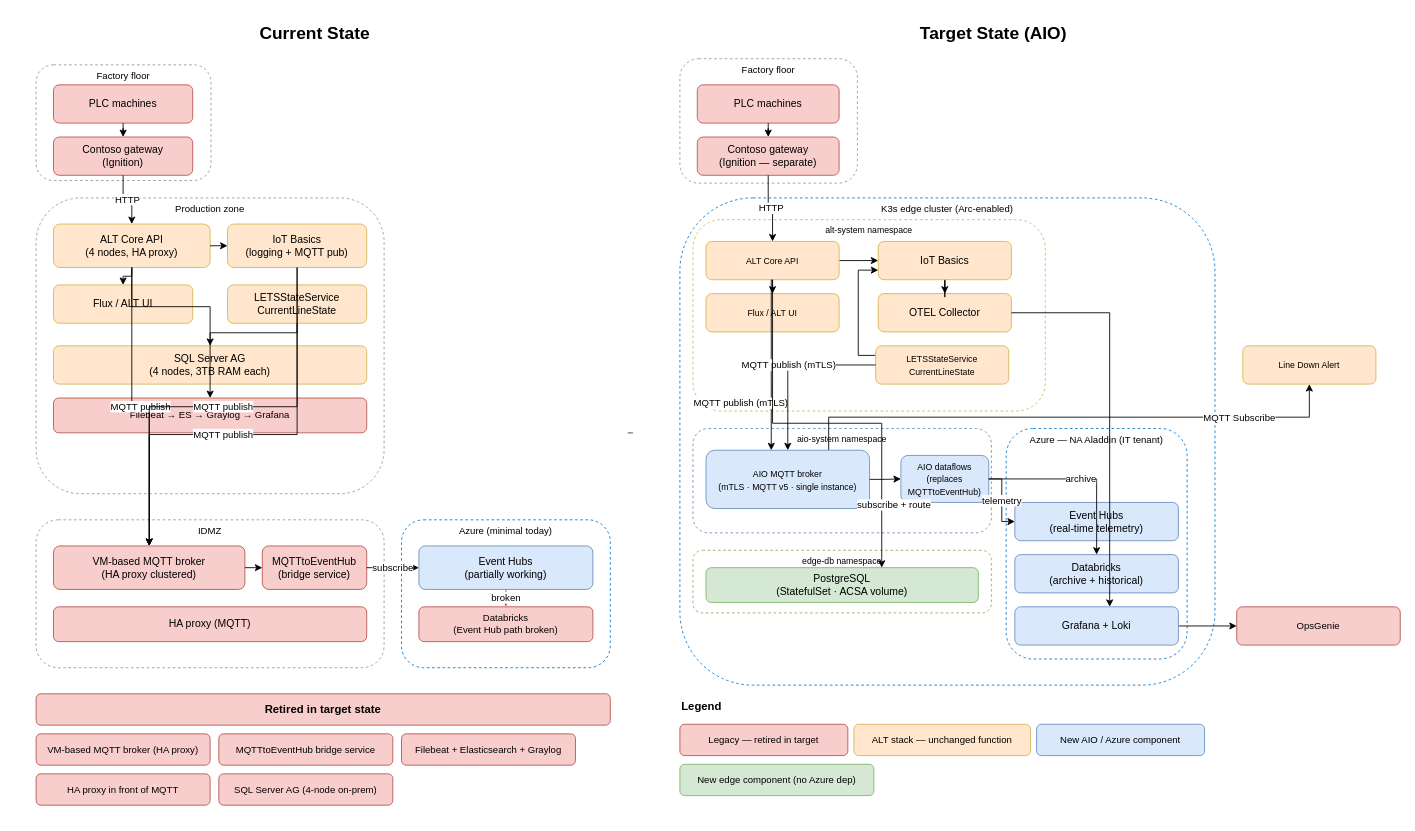
The draw.io diagram page "MQTT" (3 of 5) of aio/AIO.drawio in avinashr-insight/manufacturing-iot, before the edit. Source tidied: cells renumbered, new cells numbered last; positions are measured from the earlier drawing's top-left corner, leaving out a move shared by most shapes. Both pictures are drawn from the tidied source at 87%, with x=0, y=0 at pixel (36, 15).
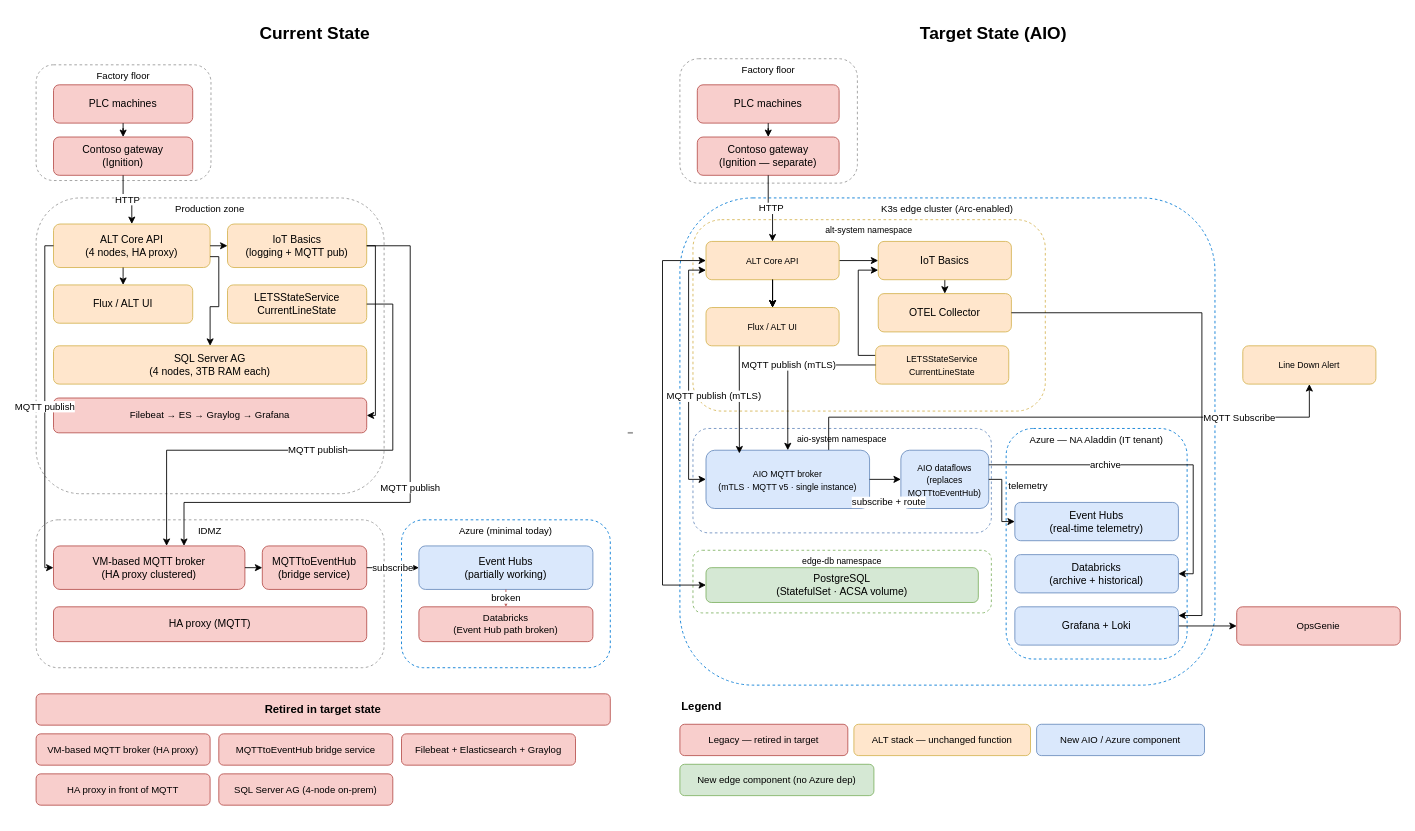
The same diagram, later.

Commit message:
Arrow cleanup

The change refers to these unchanged cells:
```xml
<mxCell id="9" value="ALT Core API&#10;(4 nodes, HA proxy)" style="rounded=1;whiteSpace=wrap;html=1;fillColor=#ffe6cc;strokeColor=#d6b656;fontSize=12;fontColor=#000000;" parent="1" vertex="1">
  <mxGeometry x="20" y="240" width="180" height="50" as="geometry" />
</mxCell>
<mxCell id="10" value="IoT Basics&#10;(logging + MQTT pub)" style="rounded=1;whiteSpace=wrap;html=1;fillColor=#ffe6cc;strokeColor=#d6b656;fontSize=12;fontColor=#000000;" parent="1" vertex="1">
  <mxGeometry x="220" y="240" width="160" height="50" as="geometry" />
</mxCell>
<mxCell id="11" value="Flux / ALT UI" style="rounded=1;whiteSpace=wrap;html=1;fillColor=#ffe6cc;strokeColor=#d6b656;fontSize=12;fontColor=#000000;" parent="1" vertex="1">
  <mxGeometry x="20" y="310" width="160" height="44" as="geometry" />
</mxCell>
<mxCell id="12" value="LETSStateService&#10;CurrentLineState" style="rounded=1;whiteSpace=wrap;html=1;fillColor=#ffe6cc;strokeColor=#d6b656;fontSize=12;fontColor=#000000;" parent="1" vertex="1">
  <mxGeometry x="220" y="310" width="160" height="44" as="geometry" />
</mxCell>
<mxCell id="13" value="SQL Server AG&#10;(4 nodes, 3TB RAM each)" style="rounded=1;whiteSpace=wrap;html=1;fillColor=#ffe6cc;strokeColor=#d6b656;fontSize=12;fontColor=#000000;" parent="1" vertex="1">
  <mxGeometry x="20" y="380" width="360" height="44" as="geometry" />
</mxCell>
<mxCell id="14" value="Filebeat → ES → Graylog → Grafana" style="rounded=1;whiteSpace=wrap;html=1;fillColor=#f8cecc;strokeColor=#b85450;fontSize=11;fontColor=#000000;" parent="1" vertex="1">
  <mxGeometry x="20" y="440" width="360" height="40" as="geometry" />
</mxCell>
<mxCell id="16" value="&lt;font style=&quot;font-weight: normal; font-size: 12px;&quot;&gt;VM-based MQTT broker&lt;br&gt;(HA proxy clustered)&lt;/font&gt;" style="rounded=1;whiteSpace=wrap;html=1;fillColor=#f8cecc;strokeColor=#b85450;fontSize=12;fontStyle=1;fontColor=#000000;" parent="1" vertex="1">
  <mxGeometry x="20" y="610" width="220" height="50" as="geometry" />
</mxCell>
<mxCell id="40" value="&lt;font style=&quot;font-size: 10px;&quot;&gt;ALT Core API&lt;/font&gt;" style="rounded=1;whiteSpace=wrap;html=1;fillColor=#ffe6cc;strokeColor=#d6b656;fontSize=12;fontColor=#000000;" parent="1" vertex="1">
  <mxGeometry x="770" y="260" width="153" height="44" as="geometry" />
</mxCell>
<mxCell id="44" value="OTEL Collector" style="rounded=1;whiteSpace=wrap;html=1;fillColor=#ffe6cc;strokeColor=#d6b656;fontSize=12;fontColor=#000000;" parent="1" vertex="1">
  <mxGeometry x="968" y="320" width="153" height="44" as="geometry" />
</mxCell>
<mxCell id="48" value="&lt;span style=&quot;font-weight: normal;&quot;&gt;&lt;font style=&quot;font-size: 10px;&quot;&gt;AIO MQTT broker&lt;br&gt;(mTLS · MQTT v5 · single instance)&lt;/font&gt;&lt;/span&gt;" style="rounded=1;whiteSpace=wrap;html=1;fillColor=#dae8fc;strokeColor=#6c8ebf;fontSize=12;fontStyle=1;fontColor=#000000;" parent="1" vertex="1">
  <mxGeometry x="770" y="500" width="188" height="67" as="geometry" />
</mxCell>
<mxCell id="51" value="PostgreSQL&lt;br&gt;(StatefulSet · ACSA volume)" style="rounded=1;whiteSpace=wrap;html=1;fillColor=#d5e8d4;strokeColor=#82b366;fontSize=12;fontColor=#000000;" parent="1" vertex="1">
  <mxGeometry x="770" y="635" width="313" height="40" as="geometry" />
</mxCell>
<mxCell id="53" value="Event Hubs&#10;(real-time telemetry)" style="rounded=1;whiteSpace=wrap;html=1;fillColor=#dae8fc;strokeColor=#6c8ebf;fontSize=12;fontColor=#000000;" parent="1" vertex="1">
  <mxGeometry x="1125" y="560" width="188" height="44" as="geometry" />
</mxCell>
<mxCell id="54" value="Databricks&lt;br&gt;(archive + historical)" style="rounded=1;whiteSpace=wrap;html=1;fillColor=#dae8fc;strokeColor=#6c8ebf;fontSize=12;fontColor=#000000;" parent="1" vertex="1">
  <mxGeometry x="1125" y="620" width="188" height="44" as="geometry" />
</mxCell>
<mxCell id="56" value="Grafana + Loki" style="rounded=1;whiteSpace=wrap;html=1;fillColor=#dae8fc;strokeColor=#6c8ebf;fontSize=12;fontColor=#000000;" parent="1" vertex="1">
  <mxGeometry x="1125" y="680" width="188" height="44" as="geometry" />
</mxCell>
<mxCell id="80" value="IoT Basics" style="rounded=1;whiteSpace=wrap;html=1;fillColor=#ffe6cc;strokeColor=#d6b656;fontSize=12;fontColor=#000000;" parent="1" vertex="1">
  <mxGeometry x="968" y="260" width="153" height="44" as="geometry" />
</mxCell>
```

Change to the diagram source:
```diff
@@
+    <mxCell id="37" value="K3s edge cluster (Arc-enabled)" style="rounded=1;whiteSpace=wrap;html=1;fillColor=none;strokeColor=#0078d4;dashed=1;fontSize=11;verticalAlign=top;strokeWidth=1;fontColor=#000000;" parent="1" vertex="1">
+      <mxGeometry x="740" y="210" width="615" height="560" as="geometry" />
+    </mxCell>
@@
     <mxCell id="25" style="edgeStyle=orthogonalEdgeStyle;rounded=0;html=1;fontColor=#000000;" parent="1" edge="1" source="9" target="11">
-      <mxGeometry relative="1" as="geometry" />
+      <mxGeometry relative="1" as="geometry">
+        <Array as="points">
+          <mxPoint x="100" y="300" />
+          <mxPoint x="100" y="300" />
+        </Array>
+      </mxGeometry>
     </mxCell>
-    <mxCell id="26" style="edgeStyle=orthogonalEdgeStyle;rounded=0;html=1;fontColor=#000000;" parent="1" edge="1" source="9" target="13">
+    <mxCell id="26" style="edgeStyle=orthogonalEdgeStyle;rounded=0;html=1;fontColor=#000000;exitX=1;exitY=0.75;exitDx=0;exitDy=0;" parent="1" edge="1" source="9" target="13">
       <mxGeometry relative="1" as="geometry" />
     </mxCell>
     <mxCell id="27" style="edgeStyle=orthogonalEdgeStyle;rounded=0;html=1;fontColor=#000000;" parent="1" edge="1" source="10" target="14">
-      <mxGeometry relative="1" as="geometry" />
+      <mxGeometry relative="1" as="geometry">
+        <Array as="points">
+          <mxPoint x="390" y="265" />
+          <mxPoint x="390" y="460" />
+        </Array>
+      </mxGeometry>
     </mxCell>
     <mxCell id="28" value="MQTT publish" style="edgeStyle=orthogonalEdgeStyle;rounded=0;html=1;fontColor=#000000;" parent="1" edge="1" source="9" target="16">
-      <mxGeometry relative="1" as="geometry" />
+      <mxGeometry relative="1" as="geometry">
+        <Array as="points">
+          <mxPoint x="10" y="265" />
+          <mxPoint x="10" y="635" />
+        </Array>
+      </mxGeometry>
     </mxCell>
     <mxCell id="29" value="MQTT publish" style="edgeStyle=orthogonalEdgeStyle;rounded=0;html=1;fontColor=#000000;" parent="1" edge="1" source="10" target="16">
-      <mxGeometry relative="1" as="geometry" />
+      <mxGeometry relative="1" as="geometry">
+        <Array as="points">
+          <mxPoint x="430" y="265" />
+          <mxPoint x="430" y="560" />
+          <mxPoint x="170" y="560" />
+        </Array>
+      </mxGeometry>
     </mxCell>
     <mxCell id="30" value="MQTT publish" style="edgeStyle=orthogonalEdgeStyle;rounded=0;html=1;fontColor=#000000;" parent="1" edge="1" source="12" target="16">
-      <mxGeometry relative="1" as="geometry" />
+      <mxGeometry relative="1" as="geometry">
+        <Array as="points">
+          <mxPoint x="410" y="332" />
+          <mxPoint x="410" y="500" />
+          <mxPoint x="150" y="500" />
+        </Array>
+      </mxGeometry>
     </mxCell>
@@
-    <mxCell id="37" value="K3s edge cluster (Arc-enabled)" style="rounded=1;whiteSpace=wrap;html=1;fillColor=none;strokeColor=#0078d4;dashed=1;fontSize=11;verticalAlign=top;strokeWidth=1;fontColor=#000000;" parent="1" vertex="1">
-      <mxGeometry x="740" y="210" width="615" height="560" as="geometry" />
-    </mxCell>
@@
+    <mxCell id="82" style="edgeStyle=orthogonalEdgeStyle;rounded=0;jettySize=auto;html=1;exitX=0;exitY=0.75;exitDx=0;exitDy=0;entryX=0;entryY=0.5;entryDx=0;entryDy=0;startArrow=classic;startFill=1;" parent="1" edge="1" source="40" target="48">
+      <mxGeometry relative="1" as="geometry" />
+    </mxCell>
@@
-    <mxCell id="41" value="&lt;font style=&quot;font-size: 10px;&quot;&gt;Flux / ALT UI&lt;/font&gt;" style="rounded=1;whiteSpace=wrap;html=1;fillColor=#ffe6cc;strokeColor=#d6b656;fontSize=12;fontColor=#000000;" parent="1" vertex="1">
-      <mxGeometry x="770" y="320" width="153" height="44" as="geometry" />
-    </mxCell>
@@
     <mxCell id="49" value="&lt;font style=&quot;font-size: 10px;&quot;&gt;AIO dataflows&lt;br&gt;(replaces MQTTtoEventHub)&lt;/font&gt;" style="rounded=1;whiteSpace=wrap;html=1;fillColor=#dae8fc;strokeColor=#6c8ebf;fontSize=12;fontColor=#000000;" parent="1" vertex="1">
-      <mxGeometry x="994" y="506" width="101" height="54" as="geometry" />
+      <mxGeometry x="994" y="500" width="101" height="67" as="geometry" />
     </mxCell>
@@
-    <mxCell id="60" value="MQTT publish (mTLS)" style="edgeStyle=orthogonalEdgeStyle;rounded=0;html=1;fontColor=#000000;" parent="1" edge="1" source="40" target="48">
-      <mxGeometry x="0.45" y="-35" relative="1" as="geometry">
-        <Array as="points">
-          <mxPoint x="845" y="419" />
-          <mxPoint x="845" y="419" />
-        </Array>
+    <mxCell id="60" value="MQTT publish (mTLS)" style="edgeStyle=orthogonalEdgeStyle;rounded=0;html=1;fontColor=#000000;exitX=0.25;exitY=1;exitDx=0;exitDy=0;entryX=0.204;entryY=0.055;entryDx=0;entryDy=0;entryPerimeter=0;" parent="1" edge="1" source="41" target="48">
+      <mxGeometry x="-0.03" y="-28" relative="1" as="geometry">
+        <mxPoint x="-1" y="-2" as="offset" />
       </mxGeometry>
     </mxCell>
@@
-    <mxCell id="62" style="edgeStyle=orthogonalEdgeStyle;rounded=0;html=1;fontColor=#000000;" parent="1" edge="1" source="40" target="51">
+    <mxCell id="62" style="edgeStyle=orthogonalEdgeStyle;rounded=0;html=1;fontColor=#000000;exitX=0;exitY=0.5;exitDx=0;exitDy=0;startArrow=classic;startFill=1;" parent="1" edge="1" source="40" target="51">
       <mxGeometry relative="1" as="geometry">
         <Array as="points">
-          <mxPoint x="846" y="469" />
-          <mxPoint x="972" y="469" />
+          <mxPoint x="720" y="282" />
+          <mxPoint x="720" y="655" />
         </Array>
       </mxGeometry>
     </mxCell>
-    <mxCell id="63" value="subscribe + route" style="edgeStyle=orthogonalEdgeStyle;rounded=0;html=1;fontColor=#000000;" parent="1" edge="1" source="48" target="49">
-      <mxGeometry x="0.54" y="-30" relative="1" as="geometry" />
+    <mxCell id="63" value="subscribe&amp;nbsp;&lt;span style=&quot;background-color: light-dark(#ffffff, var(--ge-dark-color, #121212)); color: light-dark(rgb(0, 0, 0), rgb(237, 237, 237));&quot;&gt;+&amp;nbsp;&lt;/span&gt;&lt;span style=&quot;color: light-dark(rgb(0, 0, 0), rgb(237, 237, 237)); background-color: light-dark(#ffffff, var(--ge-dark-color, #121212));&quot;&gt;route&lt;/span&gt;" style="edgeStyle=orthogonalEdgeStyle;rounded=0;html=1;fontColor=#000000;" parent="1" edge="1" source="48" target="49">
+      <mxGeometry x="0.22" y="-26" relative="1" as="geometry" />
     </mxCell>
     <mxCell id="64" value="telemetry" style="edgeStyle=orthogonalEdgeStyle;rounded=0;html=1;fontColor=#000000;" parent="1" edge="1" source="49" target="53">
-      <mxGeometry relative="1" as="geometry" />
+      <mxGeometry x="-0.44" y="30" relative="1" as="geometry" />
     </mxCell>
-    <mxCell id="65" value="archive" style="edgeStyle=orthogonalEdgeStyle;rounded=0;html=1;fontColor=#000000;" parent="1" edge="1" source="49" target="54">
-      <mxGeometry relative="1" as="geometry" />
+    <mxCell id="65" value="archive" style="edgeStyle=orthogonalEdgeStyle;rounded=0;html=1;fontColor=#000000;exitX=1;exitY=0.25;exitDx=0;exitDy=0;" parent="1" edge="1" source="49" target="54">
+      <mxGeometry x="-0.29" relative="1" as="geometry">
+        <Array as="points">
+          <mxPoint x="1330" y="517" />
+          <mxPoint x="1330" y="642" />
+        </Array>
+      </mxGeometry>
     </mxCell>
     <mxCell id="66" style="edgeStyle=orthogonalEdgeStyle;rounded=0;html=1;exitX=1;exitY=0.5;exitDx=0;exitDy=0;fontColor=#000000;" parent="1" edge="1" source="44" target="56">
       <mxGeometry relative="1" as="geometry">
         <Array as="points">
-          <mxPoint x="1234" y="342" />
+          <mxPoint x="1340" y="342" />
+          <mxPoint x="1340" y="690" />
         </Array>
       </mxGeometry>
     </mxCell>
@@
-    <mxCell id="79" style="edgeStyle=orthogonalEdgeStyle;rounded=0;jettySize=auto;html=1;exitX=0.5;exitY=1;exitDx=0;exitDy=0;fontColor=#000000;" parent="1" edge="1" source="80" target="44">
+    <mxCell id="79" style="edgeStyle=orthogonalEdgeStyle;rounded=0;jettySize=auto;html=1;exitX=0.5;exitY=1;exitDx=0;exitDy=0;fontColor=#000000;entryX=0.5;entryY=0;entryDx=0;entryDy=0;" parent="1" edge="1" source="80" target="44">
       <mxGeometry relative="1" as="geometry" />
     </mxCell>
@@
+    <mxCell id="83" style="edgeStyle=orthogonalEdgeStyle;rounded=0;html=1;fontColor=#000000;" parent="1" edge="1" source="40" target="41">
+      <mxGeometry relative="1" as="geometry" />
+    </mxCell>
+    <mxCell id="84" style="edgeStyle=orthogonalEdgeStyle;rounded=0;html=1;fontColor=#000000;" parent="1" edge="1" source="40" target="41">
+      <mxGeometry x="0.45" y="-35" relative="1" as="geometry" />
+    </mxCell>
+    <mxCell id="41" value="&lt;font style=&quot;font-size: 10px;&quot;&gt;Flux / ALT UI&lt;/font&gt;" style="rounded=1;whiteSpace=wrap;html=1;fillColor=#ffe6cc;strokeColor=#d6b656;fontSize=12;fontColor=#000000;" parent="1" vertex="1">
+      <mxGeometry x="770" y="336" width="153" height="44" as="geometry" />
+    </mxCell>
```
